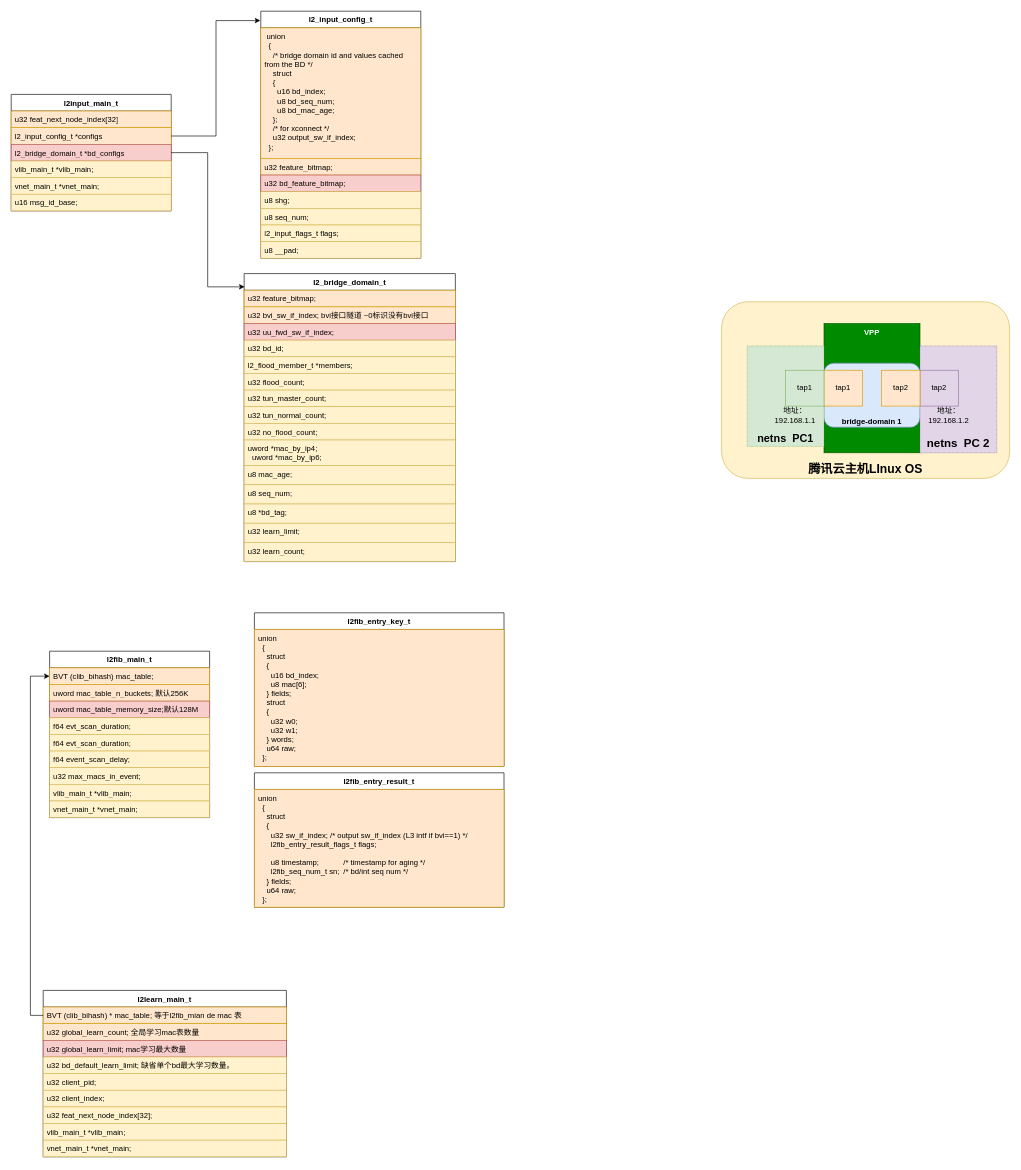
Earlier version of the draw.io diagram new_map/vnet_l2.drawio (jin13417/dpdk-vpp-learning). Source tidied: cells renumbered, new cells numbered last; positions are measured from the earlier drawing's top-left corner, leaving out a move shared by most shapes. Both pictures are drawn from the tidied source at 64%, with x=0, y=0 at pixel (11, 11).
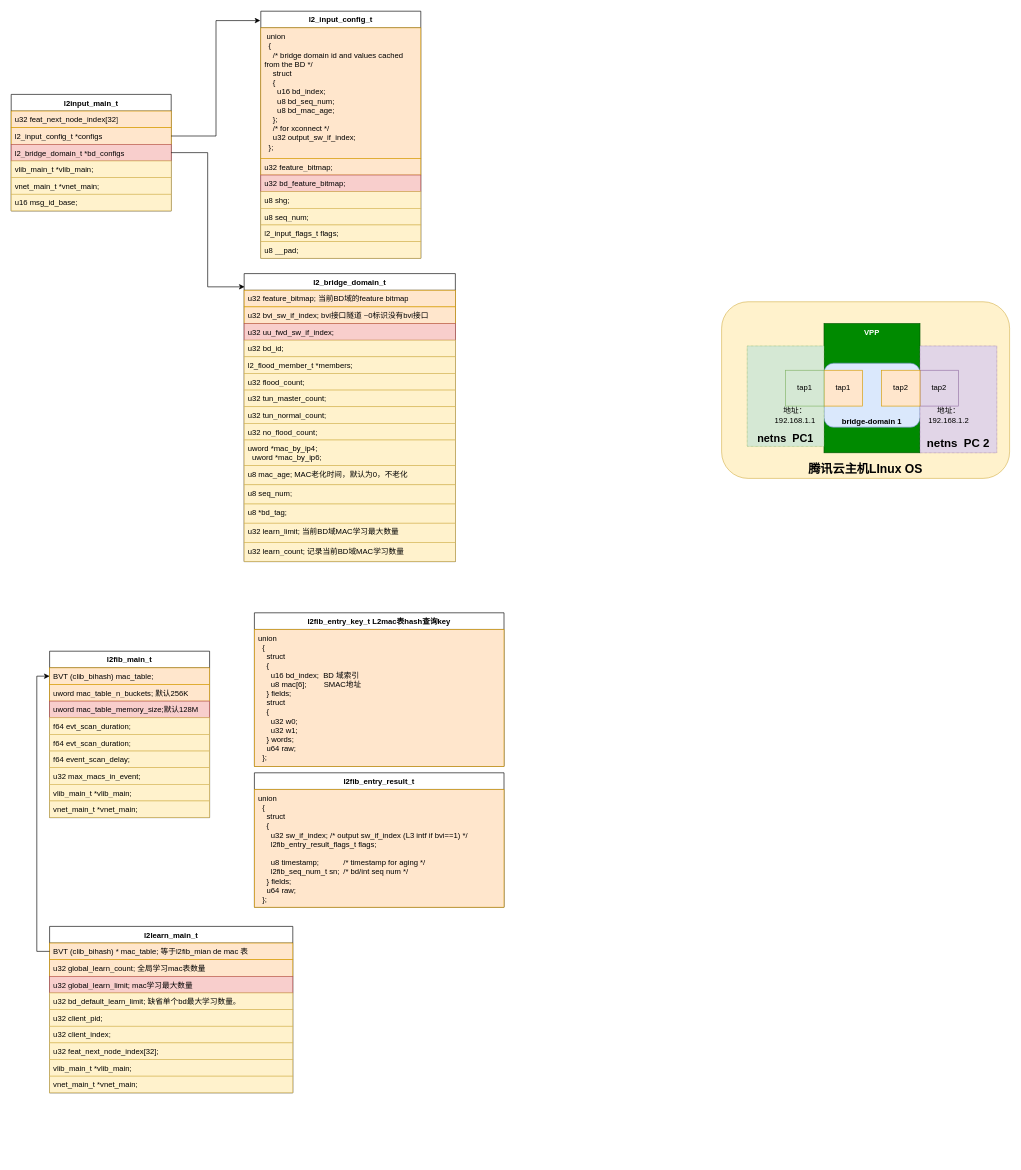
The same diagram, later.

The change refers to these unchanged cells:
```xml
<mxCell id="22" value="l2_bridge_domain_t" style="swimlane;fontStyle=1;align=center;verticalAlign=top;horizontal=1;startSize=26;whiteSpace=wrap;html=1;" parent="1" vertex="1">
  <mxGeometry x="364" y="410" width="330" height="450" as="geometry" />
</mxCell>
```

Diff of the diagram source:
```diff
@@
-    <mxCell id="23" value="u32 feature_bitmap;" style="text;strokeColor=#d79b00;fillColor=#ffe6cc;align=left;verticalAlign=top;spacingLeft=4;spacingRight=4;overflow=hidden;whiteSpace=wrap;html=1;" parent="22" vertex="1">
+    <mxCell id="23" value="u32 feature_bitmap; 当前BD域的feature bitmap" style="text;strokeColor=#d79b00;fillColor=#ffe6cc;align=left;verticalAlign=top;spacingLeft=4;spacingRight=4;overflow=hidden;whiteSpace=wrap;html=1;" parent="22" vertex="1">
       <mxGeometry y="26" width="330" height="26" as="geometry" />
     </mxCell>
@@
-    <mxCell id="33" value="u8 mac_age;" style="text;strokeColor=#d6b656;fillColor=#fff2cc;align=left;verticalAlign=top;spacingLeft=4;spacingRight=4;overflow=hidden;whiteSpace=wrap;html=1;" parent="22" vertex="1">
+    <mxCell id="33" value="u8 mac_age; MAC老化时间，默认为0，不老化" style="text;strokeColor=#d6b656;fillColor=#fff2cc;align=left;verticalAlign=top;spacingLeft=4;spacingRight=4;overflow=hidden;whiteSpace=wrap;html=1;" parent="22" vertex="1">
       <mxGeometry y="300" width="330" height="30" as="geometry" />
     </mxCell>
@@
-    <mxCell id="36" value="u32 learn_limit;" style="text;strokeColor=#d6b656;fillColor=#fff2cc;align=left;verticalAlign=top;spacingLeft=4;spacingRight=4;overflow=hidden;whiteSpace=wrap;html=1;" parent="22" vertex="1">
+    <mxCell id="36" value="u32 learn_limit; 当前BD域MAC学习最大数量" style="text;strokeColor=#d6b656;fillColor=#fff2cc;align=left;verticalAlign=top;spacingLeft=4;spacingRight=4;overflow=hidden;whiteSpace=wrap;html=1;" parent="22" vertex="1">
       <mxGeometry y="390" width="330" height="30" as="geometry" />
     </mxCell>
-    <mxCell id="37" value="u32 learn_count;" style="text;strokeColor=#d6b656;fillColor=#fff2cc;align=left;verticalAlign=top;spacingLeft=4;spacingRight=4;overflow=hidden;whiteSpace=wrap;html=1;" parent="22" vertex="1">
+    <mxCell id="37" value="u32 learn_count; 记录当前BD域MAC学习数量" style="text;strokeColor=#d6b656;fillColor=#fff2cc;align=left;verticalAlign=top;spacingLeft=4;spacingRight=4;overflow=hidden;whiteSpace=wrap;html=1;" parent="22" vertex="1">
       <mxGeometry y="420" width="330" height="30" as="geometry" />
     </mxCell>
@@
-    <mxCell id="50" value="l2fib_entry_key_t" style="swimlane;fontStyle=1;align=center;verticalAlign=top;horizontal=1;startSize=26;whiteSpace=wrap;html=1;" parent="1" vertex="1">
+    <mxCell id="50" value="l2fib_entry_key_t L2mac表hash查询key" style="swimlane;fontStyle=1;align=center;verticalAlign=top;horizontal=1;startSize=26;whiteSpace=wrap;html=1;" parent="1" vertex="1">
       <mxGeometry x="380" y="940" width="390" height="240" as="geometry" />
     </mxCell>
-    <mxCell id="51" value="&lt;div&gt;union&lt;/div&gt;&lt;div&gt;&amp;nbsp; {&lt;/div&gt;&lt;div&gt;&amp;nbsp; &amp;nbsp; struct&lt;/div&gt;&lt;div&gt;&amp;nbsp; &amp;nbsp; {&lt;/div&gt;&lt;div&gt;&amp;nbsp; &amp;nbsp; &amp;nbsp; u16 bd_index;&lt;/div&gt;&lt;div&gt;&amp;nbsp; &amp;nbsp; &amp;nbsp; u8 mac[6];&lt;/div&gt;&lt;div&gt;&amp;nbsp; &amp;nbsp; } fields;&lt;/div&gt;&lt;div&gt;&amp;nbsp; &amp;nbsp; struct&lt;/div&gt;&lt;div&gt;&amp;nbsp; &amp;nbsp; {&lt;/div&gt;&lt;div&gt;&amp;nbsp; &amp;nbsp; &amp;nbsp; u32 w0;&lt;/div&gt;&lt;div&gt;&amp;nbsp; &amp;nbsp; &amp;nbsp; u32 w1;&lt;/div&gt;&lt;div&gt;&amp;nbsp; &amp;nbsp; } words;&lt;/div&gt;&lt;div&gt;&amp;nbsp; &amp;nbsp; u64 raw;&lt;/div&gt;&lt;div&gt;&amp;nbsp; };&lt;/div&gt;" style="text;strokeColor=#d79b00;fillColor=#ffe6cc;align=left;verticalAlign=top;spacingLeft=4;spacingRight=4;overflow=hidden;whiteSpace=wrap;html=1;" parent="50" vertex="1">
+    <mxCell id="51" value="&lt;div&gt;union&lt;/div&gt;&lt;div&gt;&amp;nbsp; {&lt;/div&gt;&lt;div&gt;&amp;nbsp; &amp;nbsp; struct&lt;/div&gt;&lt;div&gt;&amp;nbsp; &amp;nbsp; {&lt;/div&gt;&lt;div&gt;&amp;nbsp; &amp;nbsp; &amp;nbsp; u16 bd_index;&amp;nbsp; BD 域索引&lt;/div&gt;&lt;div&gt;&amp;nbsp; &amp;nbsp; &amp;nbsp; u8 mac[6];&amp;nbsp; &amp;nbsp; &amp;nbsp; &amp;nbsp; SMAC地址&lt;/div&gt;&lt;div&gt;&amp;nbsp; &amp;nbsp; } fields;&lt;/div&gt;&lt;div&gt;&amp;nbsp; &amp;nbsp; struct&lt;/div&gt;&lt;div&gt;&amp;nbsp; &amp;nbsp; {&lt;/div&gt;&lt;div&gt;&amp;nbsp; &amp;nbsp; &amp;nbsp; u32 w0;&lt;/div&gt;&lt;div&gt;&amp;nbsp; &amp;nbsp; &amp;nbsp; u32 w1;&lt;/div&gt;&lt;div&gt;&amp;nbsp; &amp;nbsp; } words;&lt;/div&gt;&lt;div&gt;&amp;nbsp; &amp;nbsp; u64 raw;&lt;/div&gt;&lt;div&gt;&amp;nbsp; };&lt;/div&gt;" style="text;strokeColor=#d79b00;fillColor=#ffe6cc;align=left;verticalAlign=top;spacingLeft=4;spacingRight=4;overflow=hidden;whiteSpace=wrap;html=1;" parent="50" vertex="1">
       <mxGeometry y="26" width="390" height="214" as="geometry" />
     </mxCell>
@@
     <mxCell id="60" value="l2learn_main_t" style="swimlane;fontStyle=1;align=center;verticalAlign=top;horizontal=1;startSize=26;whiteSpace=wrap;html=1;" parent="1" vertex="1">
-      <mxGeometry x="50" y="1530" width="380" height="260" as="geometry" />
+      <mxGeometry x="60" y="1430" width="380" height="260" as="geometry" />
     </mxCell>
```
